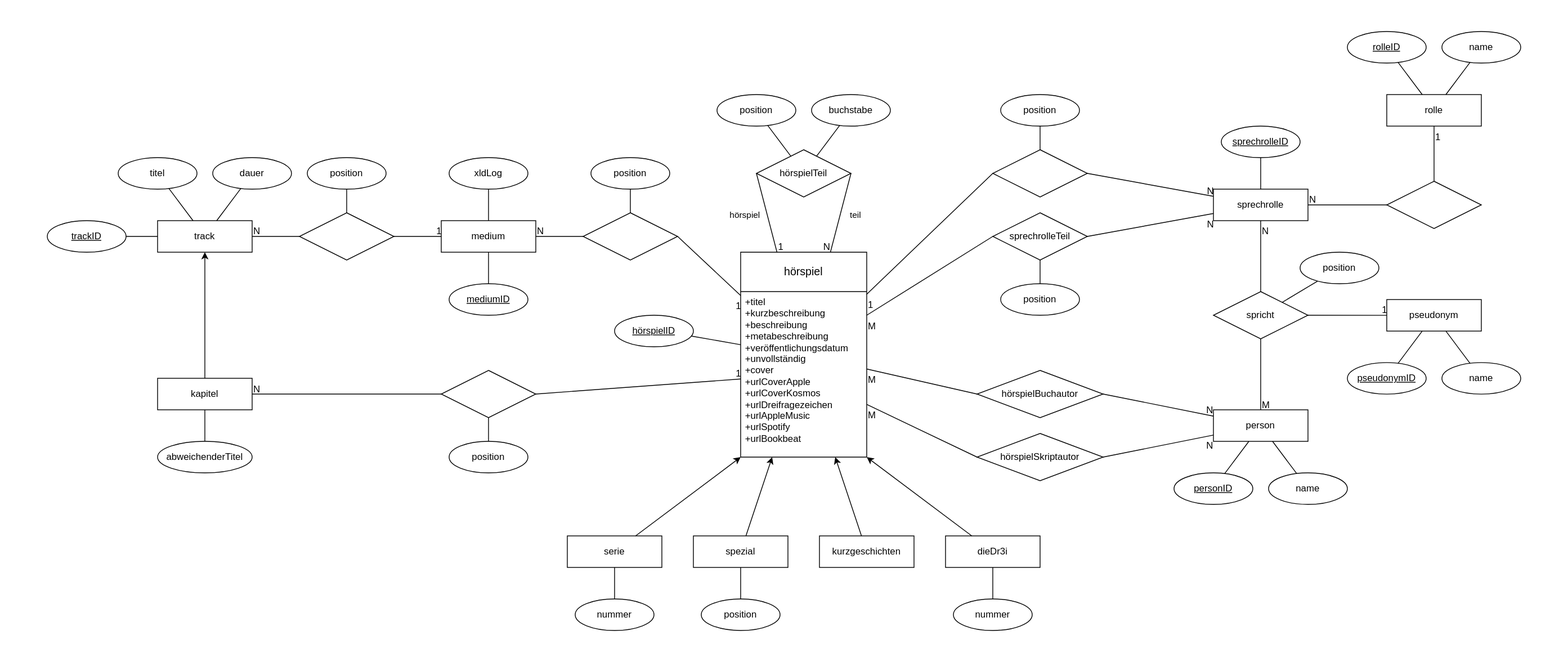
Before: model/relationalModel.svg, a diagram exported from draw.io (YourMJK/dreimetadaten). Source tidied: cells renumbered, new cells last; positions are measured from the earlier drawing's top-left corner, leaving out a move shared by most shapes.
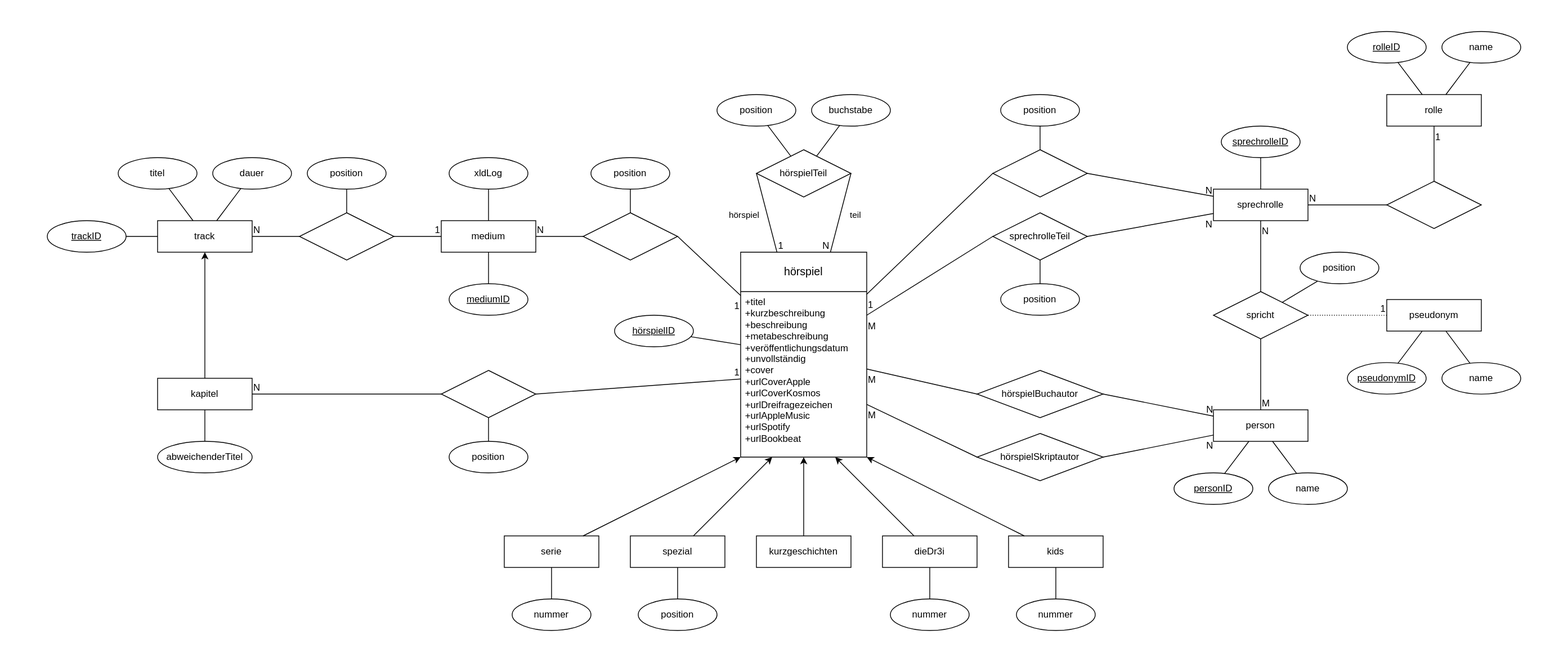
The same diagram one commit later.

Commit message:
code: Added "kids" collection to models

Change to the diagram source:
```diff
@@ -51,34 +51,34 @@
       <mxGeometry relative="1" as="geometry" />
     </mxCell>
     <mxCell id="18" value="serie" style="whiteSpace=wrap;html=1;align=center;" parent="1" vertex="1">
-      <mxGeometry x="660" y="640" width="120" height="40" as="geometry" />
+      <mxGeometry x="580" y="640" width="120" height="40" as="geometry" />
     </mxCell>
     <mxCell id="19" style="endArrow=none;html=1;rounded=0;startArrow=classic;startFill=1;exitX=0;exitY=1;exitDx=0;exitDy=0;" parent="1" edge="1" source="4" target="18">
       <mxGeometry relative="1" as="geometry" />
     </mxCell>
     <mxCell id="20" value="nummer" style="ellipse;whiteSpace=wrap;html=1;align=center;" parent="1" vertex="1">
-      <mxGeometry x="670" y="720" width="100" height="40" as="geometry" />
+      <mxGeometry x="590" y="720" width="100" height="40" as="geometry" />
     </mxCell>
     <mxCell id="21" style="endArrow=none;html=1;rounded=0;" parent="1" edge="1" source="20" target="18">
       <mxGeometry relative="1" as="geometry" />
     </mxCell>
     <mxCell id="22" value="spezial" style="whiteSpace=wrap;html=1;align=center;" parent="1" vertex="1">
-      <mxGeometry x="820" y="640" width="120" height="40" as="geometry" />
+      <mxGeometry x="740" y="640" width="120" height="40" as="geometry" />
     </mxCell>
     <mxCell id="23" value="position" style="ellipse;whiteSpace=wrap;html=1;align=center;" parent="1" vertex="1">
-      <mxGeometry x="830" y="720" width="100" height="40" as="geometry" />
+      <mxGeometry x="750" y="720" width="100" height="40" as="geometry" />
     </mxCell>
     <mxCell id="24" style="endArrow=none;html=1;rounded=0;" parent="1" edge="1" source="23" target="22">
       <mxGeometry relative="1" as="geometry" />
     </mxCell>
     <mxCell id="25" value="kurzgeschichten" style="whiteSpace=wrap;html=1;align=center;" parent="1" vertex="1">
-      <mxGeometry x="980" y="640" width="120" height="40" as="geometry" />
+      <mxGeometry x="900" y="640" width="120" height="40" as="geometry" />
     </mxCell>
     <mxCell id="26" value="dieDr3i" style="whiteSpace=wrap;html=1;align=center;" parent="1" vertex="1">
-      <mxGeometry x="1140" y="640" width="120" height="40" as="geometry" />
+      <mxGeometry x="1060" y="640" width="120" height="40" as="geometry" />
     </mxCell>
     <mxCell id="27" value="nummer" style="ellipse;whiteSpace=wrap;html=1;align=center;" parent="1" vertex="1">
-      <mxGeometry x="1150" y="720" width="100" height="40" as="geometry" />
+      <mxGeometry x="1070" y="720" width="100" height="40" as="geometry" />
     </mxCell>
     <mxCell id="28" style="endArrow=none;html=1;rounded=0;" parent="1" edge="1" source="27" target="26">
       <mxGeometry relative="1" as="geometry" />
@@ -86,10 +86,10 @@
     <mxCell id="29" style="endArrow=none;html=1;rounded=0;startArrow=classic;startFill=1;exitX=0.25;exitY=1;exitDx=0;exitDy=0;" parent="1" edge="1" source="4" target="22">
       <mxGeometry relative="1" as="geometry" />
     </mxCell>
-    <mxCell id="30" style="endArrow=none;html=1;rounded=0;startArrow=classic;startFill=1;exitX=0.75;exitY=1;exitDx=0;exitDy=0;" parent="1" edge="1" source="4" target="25">
+    <mxCell id="30" style="endArrow=none;html=1;rounded=0;startArrow=classic;startFill=1;exitX=0.5;exitY=1;exitDx=0;exitDy=0;" parent="1" edge="1" source="4" target="25">
       <mxGeometry relative="1" as="geometry" />
     </mxCell>
-    <mxCell id="31" style="endArrow=none;html=1;rounded=0;startArrow=classic;startFill=1;exitX=1;exitY=1;exitDx=0;exitDy=0;" parent="1" edge="1" source="4" target="26">
+    <mxCell id="31" style="endArrow=none;html=1;rounded=0;startArrow=classic;startFill=1;exitX=0.75;exitY=1;exitDx=0;exitDy=0;" parent="1" edge="1" source="4" target="26">
       <mxGeometry relative="1" as="geometry" />
     </mxCell>
     <mxCell id="32" value="medium" style="whiteSpace=wrap;html=1;align=center;" parent="1" vertex="1">
@@ -326,12 +326,6 @@
     <mxCell id="109" style="endArrow=none;html=1;rounded=0;" parent="1" edge="1" source="103" target="108">
       <mxGeometry relative="1" as="geometry" />
     </mxCell>
-    <mxCell id="110" style="endArrow=none;html=1;rounded=0;exitX=1;exitY=0.5;exitDx=0;exitDy=0;" parent="1" edge="1" source="103" target="74">
-      <mxGeometry relative="1" as="geometry" />
-    </mxCell>
-    <mxCell id="111" value="1" style="html=1;whiteSpace=wrap;align=right;verticalAlign=bottom;labelPosition=left;verticalLabelPosition=top;" parent="110" vertex="1">
-      <mxGeometry x="1" relative="1" as="geometry" />
-    </mxCell>
     <mxCell id="112" style="shape=rhombus;perimeter=rhombusPerimeter;whiteSpace=wrap;html=1;align=center;" parent="1" vertex="1">
       <mxGeometry x="1700" y="190" width="120" height="60" as="geometry" />
     </mxCell>
@@ -371,5 +365,23 @@
     <mxCell id="124" value="N" style="html=1;whiteSpace=wrap;align=right;verticalAlign=top;" parent="123" vertex="1">
       <mxGeometry x="1" relative="1" as="geometry" />
     </mxCell>
+    <mxCell id="125" value="kids" style="whiteSpace=wrap;html=1;align=center;" parent="1" vertex="1">
+      <mxGeometry x="1220" y="640" width="120" height="40" as="geometry" />
+    </mxCell>
+    <mxCell id="126" value="nummer" style="ellipse;whiteSpace=wrap;html=1;align=center;" parent="1" vertex="1">
+      <mxGeometry x="1230" y="720" width="100" height="40" as="geometry" />
+    </mxCell>
+    <mxCell id="127" style="endArrow=none;html=1;rounded=0;" parent="1" edge="1" source="126" target="125">
+      <mxGeometry relative="1" as="geometry" />
+    </mxCell>
+    <mxCell id="128" style="endArrow=none;html=1;rounded=0;startArrow=classic;startFill=1;exitX=1;exitY=1;exitDx=0;exitDy=0;" parent="1" edge="1" source="4" target="125">
+      <mxGeometry relative="1" as="geometry" />
+    </mxCell>
+    <mxCell id="110" style="endArrow=none;html=1;rounded=0;dashed=1;dashPattern=1 2;exitX=1;exitY=0.5;exitDx=0;exitDy=0;" parent="1" edge="1" source="103" target="74">
+      <mxGeometry relative="1" as="geometry" />
+    </mxCell>
+    <mxCell id="111" value="1" style="html=1;whiteSpace=wrap;align=right;verticalAlign=bottom;" parent="110" vertex="1">
+      <mxGeometry x="1" relative="1" as="geometry" />
+    </mxCell>
   </root>
 </mxGraphModel>
```
